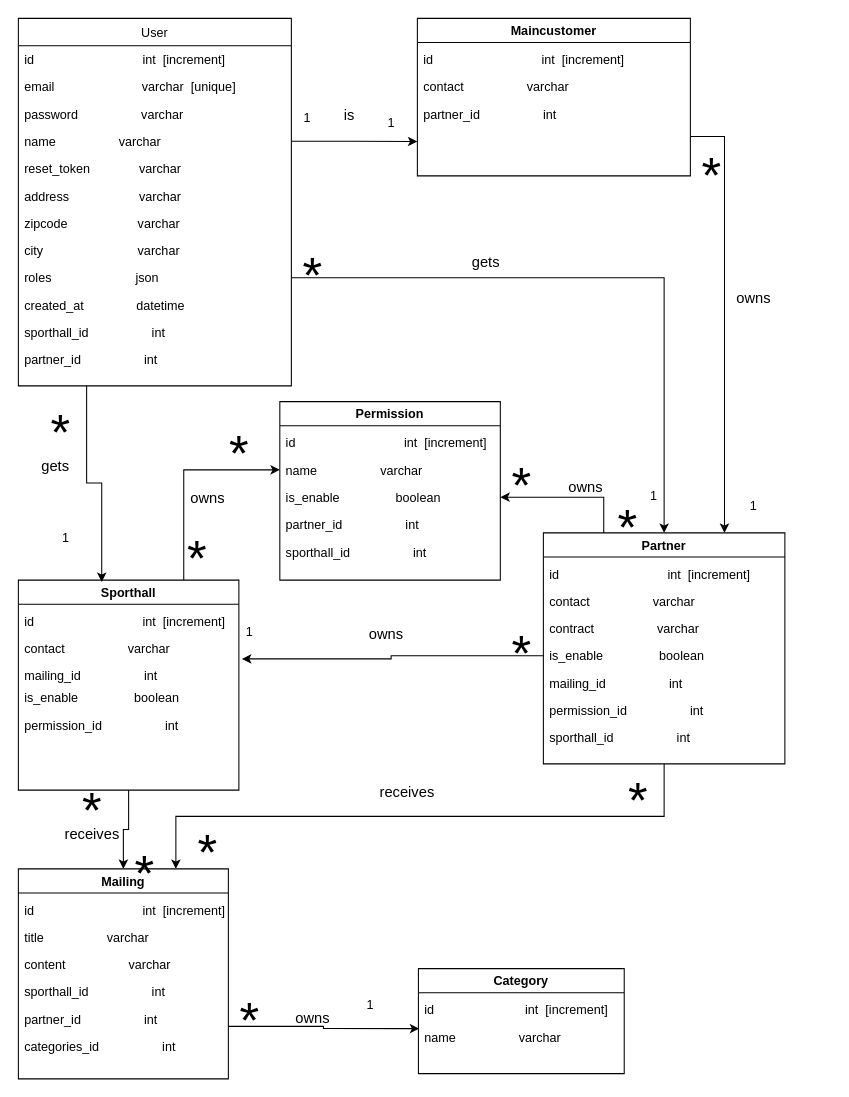
This is PlanetBody/classes.drawio from cyrisa02/diagrammes-UML, a draw.io file, before an edit. Source tidied: cells renumbered, new cells numbered last; positions are measured from the earlier drawing's top-left corner, leaving out a move shared by most shapes. Both pictures are drawn from the tidied source at 105%, with x=0, y=0 at pixel (18, 18).
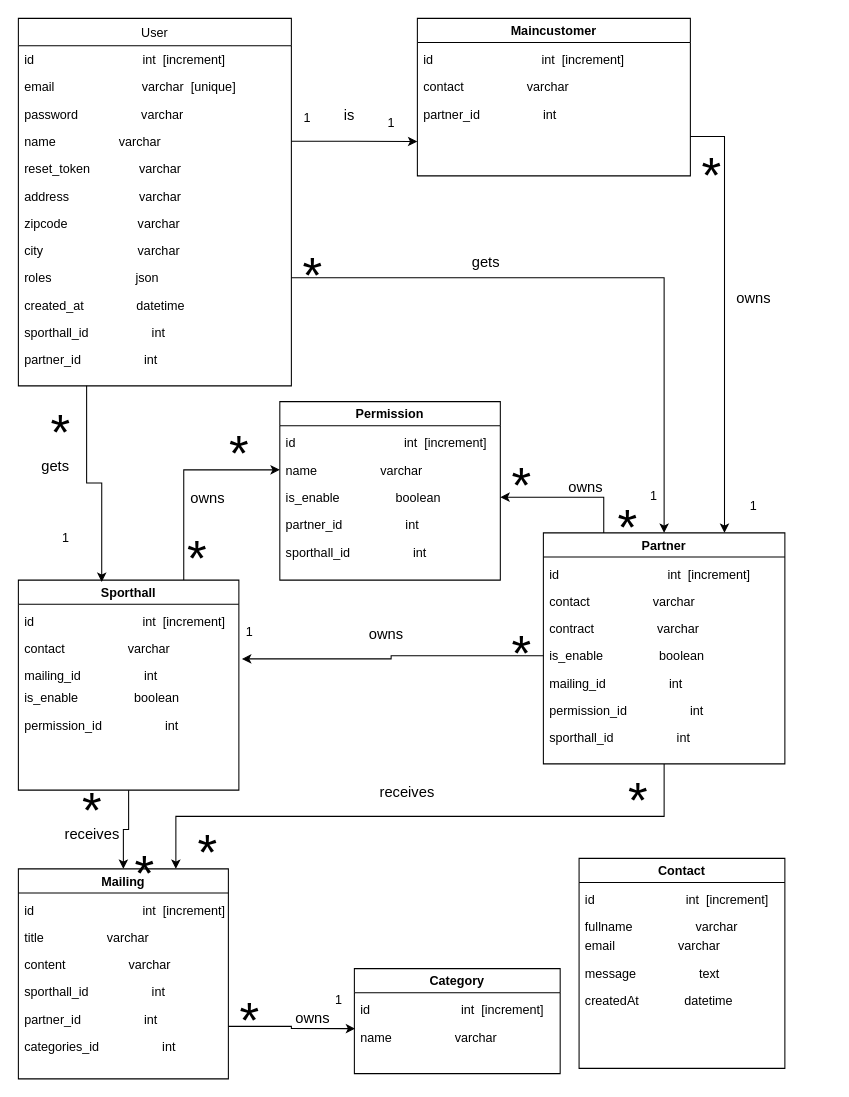
The same page after the edit.

Commit message:
Mettre à jour classes.drawio

What changed in the source:
```diff
@@
     <mxCell id="52" value="Category" style="swimlane;" parent="1" vertex="1">
-      <mxGeometry x="381" y="905" width="196" height="100" as="geometry" />
+      <mxGeometry x="320" y="905" width="196" height="100" as="geometry" />
     </mxCell>
@@
     <mxCell id="61" value="1" style="text;html=1;align=center;verticalAlign=middle;fillColor=none;strokeColor=none;rounded=0;" parent="1" vertex="1">
-      <mxGeometry x="320" y="925" width="30" height="30" as="geometry" />
+      <mxGeometry x="290" y="920" width="30" height="30" as="geometry" />
     </mxCell>
@@
+    <mxCell id="89" value="Contact" style="swimlane;" parent="1" vertex="1">
+      <mxGeometry x="534" y="800" width="196" height="200" as="geometry" />
+    </mxCell>
+    <mxCell id="90" value="id                          int  [increment]" style="text;align=left;verticalAlign=top;spacingLeft=4;spacingRight=4;overflow=hidden;" parent="89" vertex="1">
+      <mxGeometry y="26" width="240" height="26" as="geometry" />
+    </mxCell>
+    <mxCell id="91" value="fullname                  varchar" style="text;align=left;verticalAlign=top;spacingLeft=4;spacingRight=4;overflow=hidden;" parent="89" vertex="1">
+      <mxGeometry y="52" width="190" height="26" as="geometry" />
+    </mxCell>
+    <mxCell id="92" value="email                  varchar" style="text;align=left;verticalAlign=top;spacingLeft=4;spacingRight=4;overflow=hidden;" parent="89" vertex="1">
+      <mxGeometry y="70" width="190" height="26" as="geometry" />
+    </mxCell>
+    <mxCell id="93" value="message                  text" style="text;align=left;verticalAlign=top;spacingLeft=4;spacingRight=4;overflow=hidden;" parent="89" vertex="1">
+      <mxGeometry y="96" width="190" height="26" as="geometry" />
+    </mxCell>
+    <mxCell id="94" value="createdAt             datetime" style="text;align=left;verticalAlign=top;spacingLeft=4;spacingRight=4;overflow=hidden;" parent="89" vertex="1">
+      <mxGeometry y="122" width="190" height="26" as="geometry" />
+    </mxCell>
```
